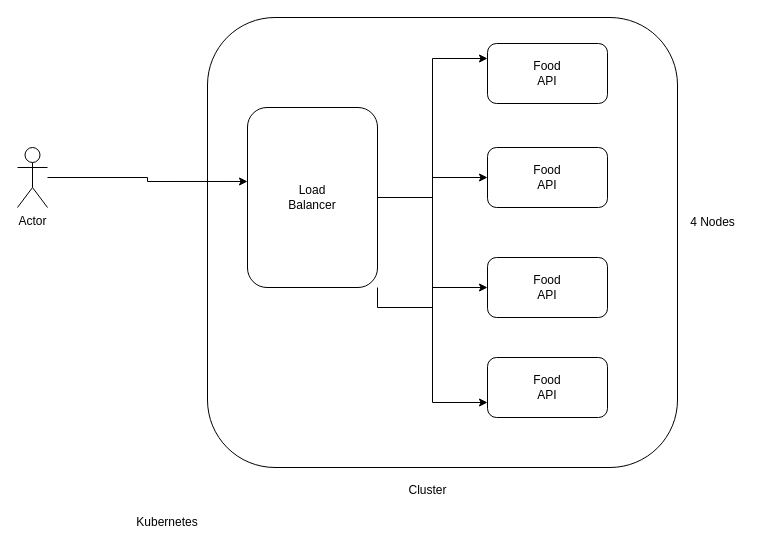
prabhu-sunderaraman/full-stack-2024 keeps this draw.io diagram as backend/scalability.drawio. Above is the earlier version. Source tidied: cells renumbered, new cells numbered last; positions are measured from the earlier drawing's top-left corner, leaving out a move shared by most shapes. Both pictures are drawn from the tidied source at 100%, with x=0, y=0 at pixel (17, 17).
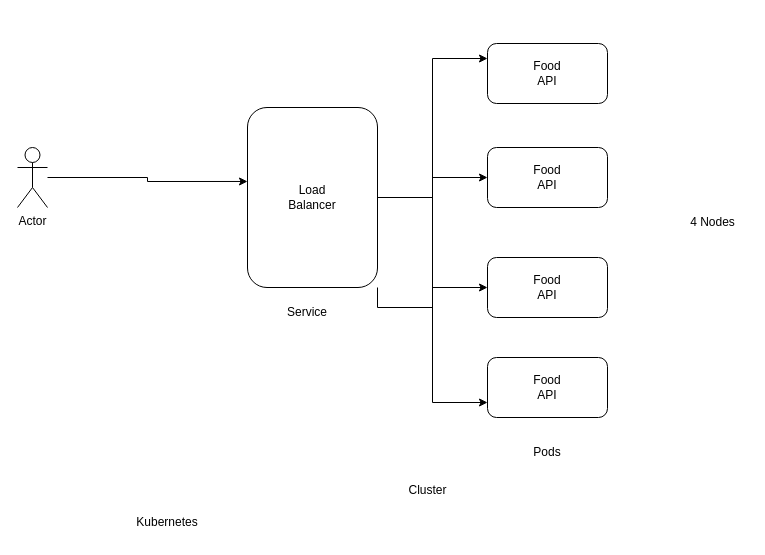
The same diagram, later.

Diff of the diagram source:
```diff
@@
 <mxGraphModel>
   <root>
     <mxCell id="0" />
     <mxCell id="1" parent="0" />
     <mxCell id="2" value="Food&lt;div&gt;API&lt;/div&gt;" style="rounded=1;whiteSpace=wrap;html=1;" parent="1" vertex="1">
       <mxGeometry x="470" y="340" width="120" height="60" as="geometry" />
     </mxCell>
     <mxCell id="3" value="Actor" style="shape=umlActor;verticalLabelPosition=bottom;verticalAlign=top;html=1;outlineConnect=0;" parent="1" vertex="1">
       <mxGeometry y="130" width="30" height="60" as="geometry" />
     </mxCell>
     <mxCell id="4" value="Food&lt;div&gt;API&lt;/div&gt;" style="rounded=1;whiteSpace=wrap;html=1;" parent="1" vertex="1">
       <mxGeometry x="470" y="26" width="120" height="60" as="geometry" />
     </mxCell>
     <mxCell id="5" value="Food&lt;br&gt;&lt;div&gt;API&lt;/div&gt;" style="rounded=1;whiteSpace=wrap;html=1;" parent="1" vertex="1">
       <mxGeometry x="470" y="130" width="120" height="60" as="geometry" />
     </mxCell>
     <mxCell id="6" value="&lt;div&gt;Food&lt;/div&gt;&lt;div&gt;API&lt;/div&gt;" style="rounded=1;whiteSpace=wrap;html=1;" parent="1" vertex="1">
       <mxGeometry x="470" y="240" width="120" height="60" as="geometry" />
     </mxCell>
     <mxCell id="7" style="edgeStyle=orthogonalEdgeStyle;rounded=0;jettySize=auto;html=1;" parent="1" edge="1" source="11" target="5">
       <mxGeometry relative="1" as="geometry" />
     </mxCell>
     <mxCell id="8" style="edgeStyle=orthogonalEdgeStyle;rounded=0;jettySize=auto;html=1;entryX=0;entryY=0.25;entryDx=0;entryDy=0;" parent="1" edge="1" source="11" target="4">
       <mxGeometry relative="1" as="geometry" />
     </mxCell>
     <mxCell id="9" style="edgeStyle=orthogonalEdgeStyle;rounded=0;jettySize=auto;html=1;exitX=1;exitY=1;exitDx=0;exitDy=0;" parent="1" edge="1" source="11" target="6">
       <mxGeometry relative="1" as="geometry" />
     </mxCell>
     <mxCell id="10" style="edgeStyle=orthogonalEdgeStyle;rounded=0;jettySize=auto;html=1;entryX=0;entryY=0.75;entryDx=0;entryDy=0;" parent="1" edge="1" source="11" target="2">
       <mxGeometry relative="1" as="geometry" />
     </mxCell>
     <mxCell id="11" value="Load&lt;div&gt;Balancer&lt;/div&gt;" style="rounded=1;whiteSpace=wrap;html=1;" parent="1" vertex="1">
       <mxGeometry x="230" y="90" width="130" height="180" as="geometry" />
     </mxCell>
     <mxCell id="12" style="edgeStyle=orthogonalEdgeStyle;rounded=0;jettySize=auto;html=1;entryX=0;entryY=0.411;entryDx=0;entryDy=0;entryPerimeter=0;" parent="1" edge="1" source="3" target="11">
       <mxGeometry relative="1" as="geometry" />
     </mxCell>
-    <mxCell id="13" style="rounded=1;whiteSpace=wrap;html=1;fillColor=none;" parent="1" vertex="1">
-      <mxGeometry x="190" width="470" height="450" as="geometry" />
-    </mxCell>
     <mxCell id="14" value="Cluster&lt;div&gt;&lt;br&gt;&lt;/div&gt;" style="text;html=1;align=center;verticalAlign=middle;strokeColor=none;fillColor=none;" parent="1" vertex="1">
       <mxGeometry x="380" y="460" width="60" height="40" as="geometry" />
     </mxCell>
     <mxCell id="15" value="4 Nodes" style="text;html=1;align=center;verticalAlign=middle;strokeColor=none;fillColor=none;" parent="1" vertex="1">
       <mxGeometry x="660" y="190" width="70" height="30" as="geometry" />
     </mxCell>
     <mxCell id="16" value="Kubernetes" style="text;html=1;align=center;verticalAlign=middle;whiteSpace=wrap;rounded=0;" parent="1" vertex="1">
       <mxGeometry x="90" y="490" width="120" height="30" as="geometry" />
     </mxCell>
+    <mxCell id="17" value="Service" style="text;html=1;align=center;verticalAlign=middle;whiteSpace=wrap;rounded=0;" parent="1" vertex="1">
+      <mxGeometry x="260" y="280" width="60" height="30" as="geometry" />
+    </mxCell>
+    <mxCell id="18" value="Pods" style="text;html=1;align=center;verticalAlign=middle;whiteSpace=wrap;rounded=0;" parent="1" vertex="1">
+      <mxGeometry x="500" y="420" width="60" height="30" as="geometry" />
+    </mxCell>
   </root>
 </mxGraphModel>
```
